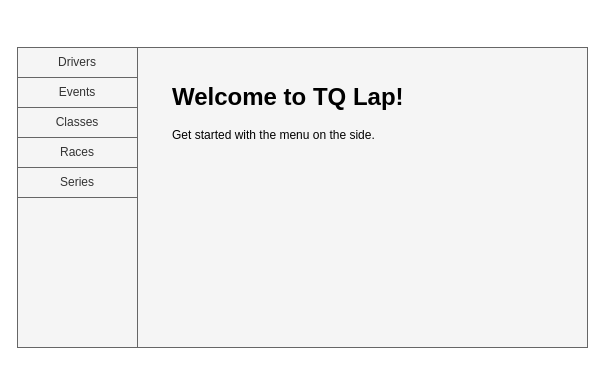
Earlier version of the draw.io diagram page "Welcome" (1 of 6) of mockup.drawio (wildtechza/tqlap). Source tidied: cells renumbered, new cells numbered last; positions are measured from the earlier drawing's top-left corner, leaving out a move shared by most shapes. Both pictures are drawn from the tidied source at 100%, with x=0, y=0 at pixel (17, 47).
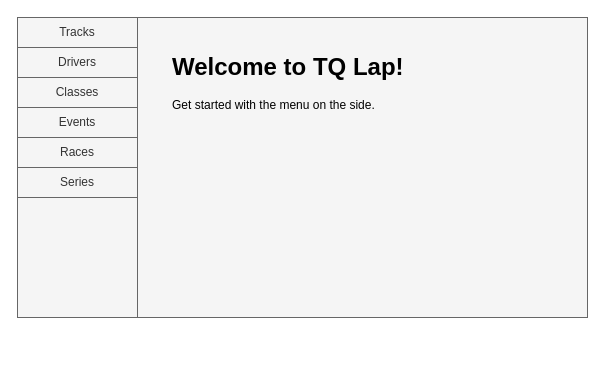
The same page after the edit.

Diff of the diagram source:
```diff
@@
 <mxGraphModel>
   <root>
     <mxCell id="0" />
     <mxCell id="1" parent="0" />
     <mxCell id="2" style="rounded=0;whiteSpace=wrap;html=1;fillColor=#f5f5f5;strokeColor=#666666;fontColor=#333333;" parent="1" vertex="1">
-      <mxGeometry width="120" height="300" as="geometry" />
+      <mxGeometry y="-30" width="120" height="300" as="geometry" />
     </mxCell>
-    <mxCell id="3" value="Events" style="rounded=0;whiteSpace=wrap;html=1;fillColor=#f5f5f5;strokeColor=#666666;fontColor=#333333;" parent="1" vertex="1">
+    <mxCell id="3" value="Classes" style="rounded=0;whiteSpace=wrap;html=1;fillColor=#f5f5f5;strokeColor=#666666;fontColor=#333333;" parent="1" vertex="1">
       <mxGeometry y="30" width="120" height="30" as="geometry" />
     </mxCell>
     <mxCell id="4" value="Drivers" style="rounded=0;whiteSpace=wrap;html=1;fillColor=#f5f5f5;strokeColor=#666666;fontColor=#333333;" parent="1" vertex="1">
       <mxGeometry width="120" height="30" as="geometry" />
     </mxCell>
-    <mxCell id="5" value="Classes" style="rounded=0;whiteSpace=wrap;html=1;fillColor=#f5f5f5;strokeColor=#666666;fontColor=#333333;" parent="1" vertex="1">
+    <mxCell id="5" value="Events" style="rounded=0;whiteSpace=wrap;html=1;fillColor=#f5f5f5;strokeColor=#666666;fontColor=#333333;" parent="1" vertex="1">
       <mxGeometry y="60" width="120" height="30" as="geometry" />
     </mxCell>
     <mxCell id="6" value="Races" style="rounded=0;whiteSpace=wrap;html=1;fillColor=#f5f5f5;strokeColor=#666666;fontColor=#333333;" parent="1" vertex="1">
       <mxGeometry y="90" width="120" height="30" as="geometry" />
     </mxCell>
     <mxCell id="7" value="Series" style="rounded=0;whiteSpace=wrap;html=1;fillColor=#f5f5f5;strokeColor=#666666;fontColor=#333333;" parent="1" vertex="1">
       <mxGeometry y="120" width="120" height="30" as="geometry" />
     </mxCell>
     <mxCell id="8" style="rounded=0;whiteSpace=wrap;html=1;fillColor=#f5f5f5;strokeColor=#666666;fontColor=#333333;" parent="1" vertex="1">
-      <mxGeometry x="120" width="450" height="300" as="geometry" />
+      <mxGeometry x="120" y="-30" width="450" height="300" as="geometry" />
     </mxCell>
     <mxCell id="9" value="&lt;h1&gt;Welcome to TQ Lap!&lt;/h1&gt;&lt;p&gt;Get started with the menu on the side.&lt;/p&gt;" style="text;html=1;strokeColor=none;fillColor=none;spacing=5;spacingTop=-20;whiteSpace=wrap;overflow=hidden;rounded=0;" parent="1" vertex="1">
-      <mxGeometry x="150" y="30" width="360" height="120" as="geometry" />
+      <mxGeometry x="150" width="360" height="120" as="geometry" />
     </mxCell>
+    <mxCell id="10" value="Tracks" style="rounded=0;whiteSpace=wrap;html=1;fillColor=#f5f5f5;strokeColor=#666666;fontColor=#333333;" parent="1" vertex="1">
+      <mxGeometry y="-30" width="120" height="30" as="geometry" />
+    </mxCell>
   </root>
 </mxGraphModel>
```
